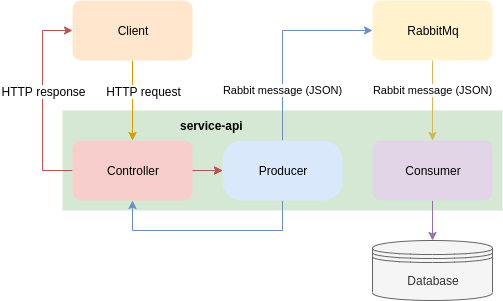
reportportal/docs keeps this draw.io diagram as src/Images/devguide/async/simple-scheme.png. Above is the earlier version. Source tidied: cells renumbered, new cells last; positions are measured from the earlier drawing's top-left corner, leaving out a move shared by most shapes.
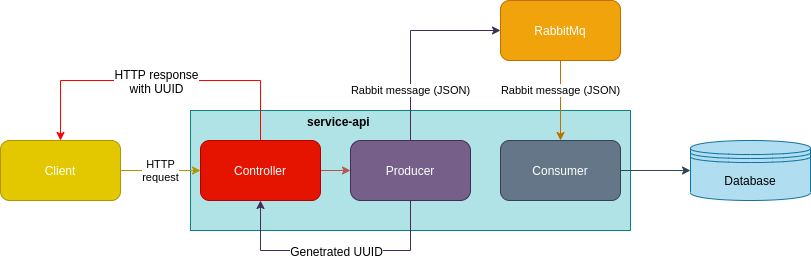
The same file after the commit.

Commit message:
update simple scheme

The edit, as a diff of the source:
```diff
@@ -2,74 +2,64 @@
   <root>
     <mxCell id="0" />
     <mxCell id="1" parent="0" />
-    <mxCell id="2" value="&lt;b&gt;service-api&lt;/b&gt;&amp;nbsp; &amp;nbsp; &amp;nbsp; &amp;nbsp; &amp;nbsp; &amp;nbsp; &amp;nbsp; &amp;nbsp; &amp;nbsp; &amp;nbsp; &amp;nbsp; &amp;nbsp; &amp;nbsp; &amp;nbsp; &amp;nbsp; &amp;nbsp; &amp;nbsp; &amp;nbsp; &amp;nbsp; &amp;nbsp; &amp;nbsp; &amp;nbsp;&lt;br&gt;&lt;br&gt;&lt;br&gt;&lt;br&gt;&lt;br&gt;&lt;br&gt;" style="rounded=0;whiteSpace=wrap;html=1;fillColor=#d5e8d4;strokeColor=none;" parent="1" vertex="1">
-      <mxGeometry x="20" y="110" width="440" height="100" as="geometry" />
+    <mxCell id="2" value="&lt;b&gt;service-api&lt;/b&gt;&amp;nbsp; &amp;nbsp; &amp;nbsp; &amp;nbsp; &amp;nbsp; &amp;nbsp; &amp;nbsp; &amp;nbsp; &amp;nbsp; &amp;nbsp; &amp;nbsp; &amp;nbsp; &amp;nbsp; &amp;nbsp; &amp;nbsp; &amp;nbsp; &amp;nbsp; &amp;nbsp; &amp;nbsp; &amp;nbsp; &amp;nbsp; &amp;nbsp;&lt;br&gt;&lt;br&gt;&lt;br&gt;&lt;br&gt;&lt;br&gt;&lt;br&gt;&lt;br&gt;&lt;br&gt;" style="rounded=0;whiteSpace=wrap;html=1;fillColor=#b0e3e6;strokeColor=#0e8088;" parent="1" vertex="1">
+      <mxGeometry x="20" y="110" width="440" height="120" as="geometry" />
     </mxCell>
-    <mxCell id="3" style="edgeStyle=orthogonalEdgeStyle;rounded=0;jettySize=auto;html=1;fillColor=#ffe6cc;strokeColor=#d79b00;" parent="1" edge="1" source="5" target="13">
+    <mxCell id="3" value="HTTP&lt;br&gt;request" style="edgeStyle=orthogonalEdgeStyle;rounded=0;jettySize=auto;html=1;fillColor=#e3c800;strokeColor=#B09500;" parent="1" edge="1" source="5" target="13">
       <mxGeometry relative="1" as="geometry" />
     </mxCell>
-    <mxCell id="4" value="HTTP request" style="text;html=1;align=center;verticalAlign=middle;labelBackgroundColor=#ffffff;" parent="3" vertex="1">
-      <mxGeometry x="-0.25" y="-1" relative="1" as="geometry">
-        <mxPoint x="11" as="offset" />
-      </mxGeometry>
-    </mxCell>
-    <mxCell id="5" value="Client" style="rounded=1;whiteSpace=wrap;html=1;fillColor=#ffe6cc;strokeColor=none;" parent="1" vertex="1">
-      <mxGeometry x="30" width="120" height="60" as="geometry" />
+    <mxCell id="5" value="Client" style="rounded=1;whiteSpace=wrap;html=1;fillColor=#e3c800;strokeColor=#B09500;fontColor=#ffffff;" parent="1" vertex="1">
+      <mxGeometry x="-170" y="140" width="120" height="60" as="geometry" />
     </mxCell>
-    <mxCell id="6" value="Rabbit message (JSON)" style="edgeStyle=orthogonalEdgeStyle;rounded=0;jettySize=auto;html=1;exitX=0.5;exitY=0;exitDx=0;exitDy=0;entryX=0;entryY=0.5;entryDx=0;entryDy=0;fillColor=#dae8fc;strokeColor=#6c8ebf;" parent="1" edge="1" source="8" target="18">
+    <mxCell id="6" value="Rabbit message (JSON)" style="edgeStyle=orthogonalEdgeStyle;rounded=0;jettySize=auto;html=1;exitX=0.5;exitY=0;exitDx=0;exitDy=0;entryX=0;entryY=0.5;entryDx=0;entryDy=0;fillColor=#76608a;strokeColor=#432D57;" parent="1" edge="1" source="8" target="18">
       <mxGeometry x="-0.5" relative="1" as="geometry" />
     </mxCell>
-    <mxCell id="7" style="edgeStyle=orthogonalEdgeStyle;rounded=0;jettySize=auto;html=1;exitX=0.5;exitY=1;exitDx=0;exitDy=0;entryX=0.5;entryY=1;entryDx=0;entryDy=0;fillColor=#dae8fc;strokeColor=#6c8ebf;" parent="1" edge="1" source="8" target="13">
+    <mxCell id="7" style="edgeStyle=orthogonalEdgeStyle;rounded=0;jettySize=auto;html=1;exitX=0.5;exitY=1;exitDx=0;exitDy=0;entryX=0.5;entryY=1;entryDx=0;entryDy=0;fillColor=#76608a;strokeColor=#432D57;" parent="1" edge="1" source="8" target="13">
       <mxGeometry relative="1" as="geometry">
         <Array as="points">
-          <mxPoint x="240" y="230" />
-          <mxPoint x="90" y="230" />
+          <mxPoint x="140" y="250" />
+          <mxPoint x="-10" y="250" />
         </Array>
       </mxGeometry>
     </mxCell>
+    <mxCell id="19" value="Genetrated UUID" style="text;html=1;align=center;verticalAlign=middle;labelBackgroundColor=#ffffff;" parent="7" vertex="1">
+      <mxGeometry relative="1" as="geometry" />
+    </mxCell>
-    <mxCell id="8" value="Producer" style="rounded=1;whiteSpace=wrap;html=1;fillColor=#dae8fc;strokeColor=none;arcSize=33;" parent="1" vertex="1">
+    <mxCell id="8" value="Producer" style="rounded=1;whiteSpace=wrap;html=1;fillColor=#76608a;strokeColor=#432D57;arcSize=17;fontColor=#ffffff;" parent="1" vertex="1">
       <mxGeometry x="180" y="140" width="120" height="60" as="geometry" />
     </mxCell>
-    <mxCell id="9" style="edgeStyle=orthogonalEdgeStyle;rounded=0;jettySize=auto;html=1;fillColor=#f8cecc;strokeColor=#b85450;" parent="1" edge="1" target="8">
-      <mxGeometry relative="1" as="geometry">
-        <mxPoint x="140" y="170" as="sourcePoint" />
-        <Array as="points">
-          <mxPoint x="90" y="170" />
-        </Array>
-      </mxGeometry>
-    </mxCell>
     <mxCell id="10" style="edgeStyle=orthogonalEdgeStyle;rounded=0;jettySize=auto;html=1;fillColor=#f8cecc;strokeColor=#b85450;" parent="1" edge="1" source="13" target="8">
       <mxGeometry relative="1" as="geometry" />
     </mxCell>
-    <mxCell id="11" style="edgeStyle=orthogonalEdgeStyle;rounded=0;jettySize=auto;html=1;entryX=0;entryY=0.5;entryDx=0;entryDy=0;fillColor=#f8cecc;strokeColor=#b85450;" parent="1" edge="1" source="13" target="5">
+    <mxCell id="11" style="edgeStyle=orthogonalEdgeStyle;rounded=0;jettySize=auto;html=1;entryX=0.5;entryY=0;entryDx=0;entryDy=0;fillColor=#f8cecc;strokeColor=#FF0000;" parent="1" edge="1" source="13" target="5">
       <mxGeometry relative="1" as="geometry">
         <Array as="points">
-          <mxPoint y="170" />
-          <mxPoint y="30" />
+          <mxPoint x="90" y="80" />
+          <mxPoint x="-110" y="80" />
         </Array>
       </mxGeometry>
     </mxCell>
-    <mxCell id="12" value="HTTP response" style="text;html=1;align=center;verticalAlign=middle;labelBackgroundColor=#ffffff;" parent="11" vertex="1">
+    <mxCell id="12" value="HTTP response&lt;br&gt;with UUID" style="text;html=1;align=center;verticalAlign=middle;labelBackgroundColor=#ffffff;" parent="11" vertex="1">
       <mxGeometry x="0.14" y="-1" relative="1" as="geometry">
-        <mxPoint x="-1" y="4" as="offset" />
+        <mxPoint x="17" y="1" as="offset" />
       </mxGeometry>
     </mxCell>
-    <mxCell id="13" value="Controller" style="rounded=1;whiteSpace=wrap;html=1;fillColor=#f8cecc;strokeColor=none;" parent="1" vertex="1">
+    <mxCell id="13" value="Controller" style="rounded=1;whiteSpace=wrap;html=1;fillColor=#e51400;strokeColor=#B20000;fontColor=#ffffff;" parent="1" vertex="1">
       <mxGeometry x="30" y="140" width="120" height="60" as="geometry" />
     </mxCell>
-    <mxCell id="14" style="edgeStyle=orthogonalEdgeStyle;rounded=0;jettySize=auto;html=1;fillColor=#e1d5e7;strokeColor=#9673a6;" parent="1" edge="1" source="15" target="16">
+    <mxCell id="14" style="edgeStyle=orthogonalEdgeStyle;rounded=0;jettySize=auto;html=1;fillColor=#647687;strokeColor=#314354;" parent="1" edge="1" source="15" target="16">
       <mxGeometry relative="1" as="geometry" />
     </mxCell>
-    <mxCell id="15" value="Consumer" style="rounded=1;whiteSpace=wrap;html=1;fillColor=#e1d5e7;strokeColor=none;" parent="1" vertex="1">
+    <mxCell id="15" value="Consumer" style="rounded=1;whiteSpace=wrap;html=1;fillColor=#647687;strokeColor=#314354;fontColor=#ffffff;" parent="1" vertex="1">
       <mxGeometry x="330" y="140" width="120" height="60" as="geometry" />
     </mxCell>
-    <mxCell id="16" value="Database" style="shape=datastore;whiteSpace=wrap;html=1;fillColor=#f5f5f5;strokeColor=#666666;fontColor=#333333;" parent="1" vertex="1">
-      <mxGeometry x="330" y="240" width="120" height="60" as="geometry" />
+    <mxCell id="16" value="Database" style="shape=datastore;whiteSpace=wrap;html=1;fillColor=#b1ddf0;strokeColor=#10739e;" parent="1" vertex="1">
+      <mxGeometry x="520" y="140" width="120" height="60" as="geometry" />
     </mxCell>
-    <mxCell id="17" value="Rabbit message (JSON)" style="edgeStyle=orthogonalEdgeStyle;rounded=0;jettySize=auto;html=1;fillColor=#fff2cc;strokeColor=#d6b656;" parent="1" edge="1" source="18" target="15">
+    <mxCell id="17" value="Rabbit message (JSON)" style="edgeStyle=orthogonalEdgeStyle;rounded=0;jettySize=auto;html=1;fillColor=#f0a30a;strokeColor=#BD7000;" parent="1" edge="1" source="18" target="15">
       <mxGeometry x="-0.25" relative="1" as="geometry" />
     </mxCell>
-    <mxCell id="18" value="RabbitMq" style="rounded=1;whiteSpace=wrap;html=1;fillColor=#fff2cc;strokeColor=none;" parent="1" vertex="1">
+    <mxCell id="18" value="RabbitMq" style="rounded=1;whiteSpace=wrap;html=1;fillColor=#f0a30a;strokeColor=#BD7000;fontColor=#ffffff;" parent="1" vertex="1">
       <mxGeometry x="330" width="120" height="60" as="geometry" />
     </mxCell>
   </root>
```
